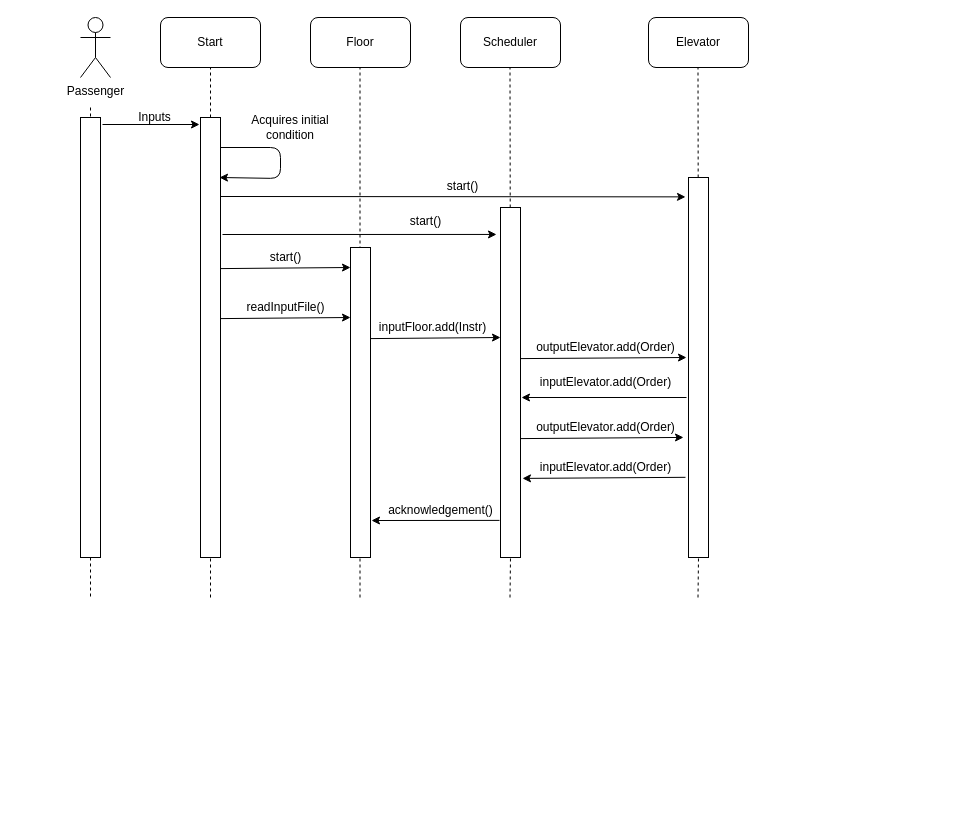
This is Diagrams/Sequence Diagram.drawio from JonasHurlen/SYSC3303_Project01, a draw.io file, before an edit. Source tidied: cells renumbered, new cells numbered last; positions are measured from the earlier drawing's top-left corner, leaving out a move shared by most shapes. Both pictures are drawn from the tidied source at 100%, with x=0, y=0 at pixel (80, 17).
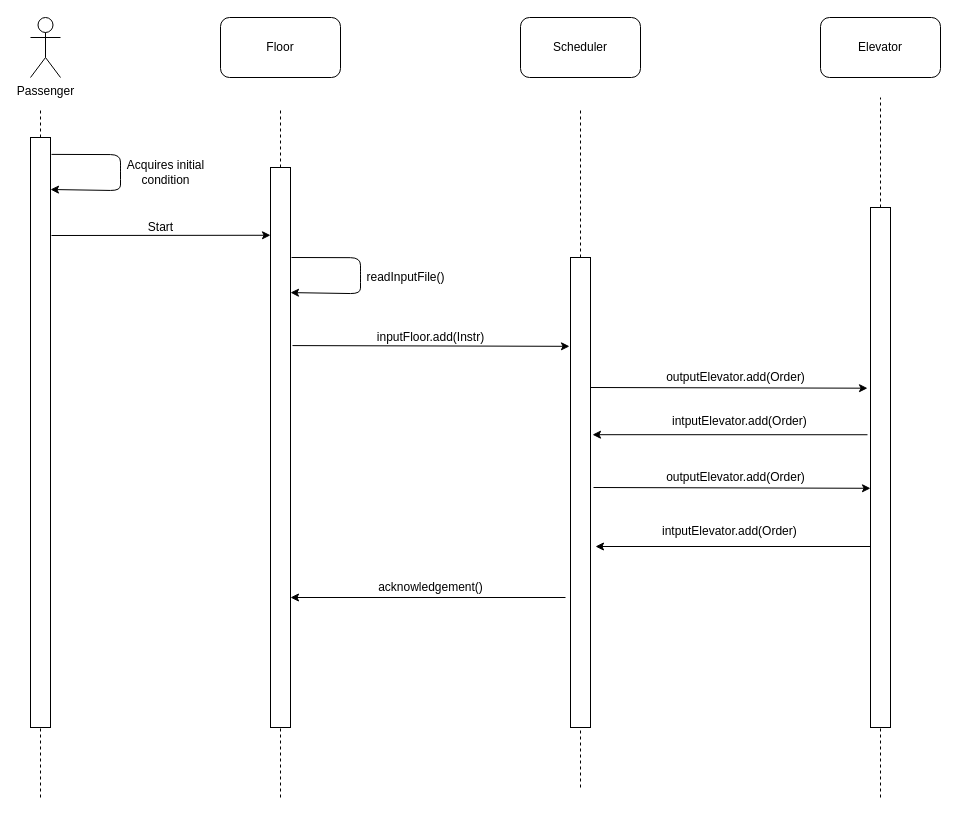
The same diagram, later.

The edit, as a diff of the source:
```diff
@@
-    <mxCell id="2" value="Start" style="rounded=1;whiteSpace=wrap;html=1;" parent="1" vertex="1">
-      <mxGeometry x="80" width="100" height="50" as="geometry" />
-    </mxCell>
+    <mxCell id="10" value="Passenger" style="shape=umlActor;verticalLabelPosition=bottom;labelBackgroundColor=#ffffff;verticalAlign=top;html=1;" parent="1" vertex="1">
+      <mxGeometry x="-50" width="30" height="60" as="geometry" />
+    </mxCell>
     <mxCell id="3" value="Floor" style="rounded=1;whiteSpace=wrap;html=1;" parent="1" vertex="1">
-      <mxGeometry x="230" width="100" height="50" as="geometry" />
+      <mxGeometry x="140" width="120" height="60" as="geometry" />
     </mxCell>
     <mxCell id="4" value="Scheduler" style="rounded=1;whiteSpace=wrap;html=1;" parent="1" vertex="1">
-      <mxGeometry x="380" width="100" height="50" as="geometry" />
+      <mxGeometry x="440" width="120" height="60" as="geometry" />
     </mxCell>
     <mxCell id="5" value="Elevator" style="rounded=1;whiteSpace=wrap;html=1;" parent="1" vertex="1">
-      <mxGeometry x="568" width="100" height="50" as="geometry" />
+      <mxGeometry x="740" width="120" height="60" as="geometry" />
     </mxCell>
-    <mxCell id="6" style="endArrow=none;dashed=1;html=1;entryX=0.5;entryY=1;entryDx=0;entryDy=0;" parent="1" edge="1" source="14" target="2">
-      <mxGeometry relative="1" as="geometry" />
-    </mxCell>
-    <mxCell id="7" style="endArrow=none;dashed=1;html=1;entryX=0.5;entryY=1;entryDx=0;entryDy=0;" parent="1" edge="1">
-      <mxGeometry relative="1" as="geometry">
-        <mxPoint x="279.5" y="580" as="sourcePoint" />
-        <mxPoint x="279.5" y="50" as="targetPoint" />
-      </mxGeometry>
-    </mxCell>
-    <mxCell id="8" style="endArrow=none;dashed=1;html=1;entryX=0.5;entryY=1;entryDx=0;entryDy=0;" parent="1" edge="1" source="19">
-      <mxGeometry relative="1" as="geometry">
-        <mxPoint x="429.5" y="50" as="targetPoint" />
-      </mxGeometry>
-    </mxCell>
-    <mxCell id="9" style="endArrow=none;dashed=1;html=1;entryX=0.5;entryY=1;entryDx=0;entryDy=0;" parent="1" edge="1" source="38">
-      <mxGeometry relative="1" as="geometry">
-        <mxPoint x="617.5" y="50" as="targetPoint" />
-      </mxGeometry>
-    </mxCell>
-    <mxCell id="10" value="Passenger" style="shape=umlActor;verticalLabelPosition=bottom;labelBackgroundColor=#ffffff;verticalAlign=top;html=1;" parent="1" vertex="1">
-      <mxGeometry width="30" height="60" as="geometry" />
-    </mxCell>
-    <mxCell id="11" style="endArrow=none;dashed=1;html=1;" parent="1" edge="1" source="12">
-      <mxGeometry relative="1" as="geometry">
-        <mxPoint x="10" y="580" as="targetPoint" />
-      </mxGeometry>
-    </mxCell>
-    <mxCell id="12" style="rounded=0;whiteSpace=wrap;html=1;" parent="1" vertex="1">
-      <mxGeometry y="100" width="20" height="440" as="geometry" />
-    </mxCell>
-    <mxCell id="13" style="endArrow=none;dashed=1;html=1;" parent="1" edge="1" target="12">
-      <mxGeometry relative="1" as="geometry">
-        <mxPoint x="10" y="90" as="sourcePoint" />
-      </mxGeometry>
-    </mxCell>
-    <mxCell id="14" style="rounded=0;whiteSpace=wrap;html=1;" parent="1" vertex="1">
-      <mxGeometry x="120" y="100" width="20" height="440" as="geometry" />
-    </mxCell>
-    <mxCell id="15" style="endArrow=none;dashed=1;html=1;entryX=0.5;entryY=1;entryDx=0;entryDy=0;" parent="1" edge="1" target="14">
-      <mxGeometry relative="1" as="geometry">
-        <mxPoint x="130" y="580" as="sourcePoint" />
-      </mxGeometry>
-    </mxCell>
-    <mxCell id="16" style="endArrow=classic;html=1;" parent="1" edge="1">
-      <mxGeometry relative="1" as="geometry">
-        <mxPoint x="140" y="130" as="sourcePoint" />
-        <mxPoint x="139" y="160" as="targetPoint" />
-        <Array as="points">
-          <mxPoint x="200" y="130" />
-          <mxPoint x="200" y="161" />
-        </Array>
-      </mxGeometry>
-    </mxCell>
-    <mxCell id="17" style="endArrow=none;dashed=1;html=1;entryX=0.5;entryY=1;entryDx=0;entryDy=0;" parent="1" edge="1" target="38">
-      <mxGeometry relative="1" as="geometry">
-        <mxPoint x="617.5" y="580" as="sourcePoint" />
-      </mxGeometry>
-    </mxCell>
-    <mxCell id="18" style="endArrow=classic;html=1;entryX=-0.15;entryY=0.051;entryDx=0;entryDy=0;entryPerimeter=0;" parent="1" edge="1" target="38">
-      <mxGeometry relative="1" as="geometry">
-        <mxPoint x="140" y="179" as="sourcePoint" />
-      </mxGeometry>
-    </mxCell>
-    <mxCell id="19" style="rounded=0;whiteSpace=wrap;html=1;" parent="1" vertex="1">
-      <mxGeometry x="420" y="190" width="20" height="350" as="geometry" />
-    </mxCell>
-    <mxCell id="20" style="endArrow=none;dashed=1;html=1;entryX=0.5;entryY=1;entryDx=0;entryDy=0;" parent="1" edge="1" target="19">
-      <mxGeometry relative="1" as="geometry">
-        <mxPoint x="429.5" y="580" as="sourcePoint" />
-      </mxGeometry>
-    </mxCell>
+    <mxCell id="45" style="endArrow=none;dashed=1;html=1;" parent="1" edge="1" source="53">
+      <mxGeometry relative="1" as="geometry">
+        <mxPoint x="-40" y="90" as="targetPoint" />
+      </mxGeometry>
+    </mxCell>
+    <mxCell id="46" style="endArrow=none;dashed=1;html=1;" parent="1" edge="1" source="49">
+      <mxGeometry relative="1" as="geometry">
+        <mxPoint x="200" y="90" as="targetPoint" />
+      </mxGeometry>
+    </mxCell>
+    <mxCell id="47" style="endArrow=none;dashed=1;html=1;" parent="1" edge="1" source="56">
+      <mxGeometry relative="1" as="geometry">
+        <mxPoint x="500" y="90" as="targetPoint" />
+      </mxGeometry>
+    </mxCell>
+    <mxCell id="48" style="endArrow=none;dashed=1;html=1;" parent="1" edge="1" source="51">
+      <mxGeometry relative="1" as="geometry">
+        <mxPoint x="800" y="80" as="targetPoint" />
+      </mxGeometry>
+    </mxCell>
+    <mxCell id="49" style="rounded=0;whiteSpace=wrap;html=1;" parent="1" vertex="1">
+      <mxGeometry x="190" y="150" width="20" height="560" as="geometry" />
+    </mxCell>
+    <mxCell id="50" style="endArrow=none;dashed=1;html=1;" parent="1" edge="1" target="49">
+      <mxGeometry relative="1" as="geometry">
+        <mxPoint x="200" y="780" as="sourcePoint" />
+      </mxGeometry>
+    </mxCell>
+    <mxCell id="51" style="rounded=0;whiteSpace=wrap;html=1;" parent="1" vertex="1">
+      <mxGeometry x="790" y="190" width="20" height="520" as="geometry" />
+    </mxCell>
+    <mxCell id="52" style="endArrow=none;dashed=1;html=1;" parent="1" edge="1" target="51">
+      <mxGeometry relative="1" as="geometry">
+        <mxPoint x="800" y="780" as="sourcePoint" />
+      </mxGeometry>
+    </mxCell>
+    <mxCell id="53" style="rounded=0;whiteSpace=wrap;html=1;" parent="1" vertex="1">
+      <mxGeometry x="-50" y="120" width="20" height="590" as="geometry" />
+    </mxCell>
+    <mxCell id="54" style="endArrow=none;dashed=1;html=1;" parent="1" edge="1" target="53">
+      <mxGeometry relative="1" as="geometry">
+        <mxPoint x="-40" y="780" as="sourcePoint" />
+      </mxGeometry>
+    </mxCell>
+    <mxCell id="55" style="endArrow=classic;html=1;exitX=1.05;exitY=0.025;exitDx=0;exitDy=0;exitPerimeter=0;" parent="1" edge="1">
+      <mxGeometry relative="1" as="geometry">
+        <mxPoint x="-29" y="136.9" as="sourcePoint" />
+        <mxPoint x="-30" y="172" as="targetPoint" />
+        <Array as="points">
+          <mxPoint x="40" y="137.1" />
+          <mxPoint x="40" y="152.1" />
+          <mxPoint x="40" y="173.1" />
+        </Array>
+      </mxGeometry>
+    </mxCell>
+    <mxCell id="56" style="rounded=0;whiteSpace=wrap;html=1;" parent="1" vertex="1">
+      <mxGeometry x="490" y="240" width="20" height="470" as="geometry" />
+    </mxCell>
+    <mxCell id="57" style="endArrow=none;dashed=1;html=1;" parent="1" edge="1" target="56">
+      <mxGeometry relative="1" as="geometry">
+        <mxPoint x="500" y="770" as="sourcePoint" />
+      </mxGeometry>
+    </mxCell>
+    <mxCell id="30" value="readInputFile()" style="text;html=1;align=center;verticalAlign=middle;" parent="1" vertex="1">
+      <mxGeometry x="280" y="250" width="90" height="20" as="geometry" />
+    </mxCell>
+    <mxCell id="40" value="inputFloor.add(Instr)" style="text;html=1;align=center;verticalAlign=middle;" parent="1" vertex="1">
+      <mxGeometry x="290" y="310" width="120" height="20" as="geometry" />
+    </mxCell>
+    <mxCell id="58" value="outputElevator.add(Order)" style="text;html=1;align=center;verticalAlign=middle;" parent="1" vertex="1">
+      <mxGeometry x="580" y="350" width="150" height="20" as="geometry" />
+    </mxCell>
+    <mxCell id="59" value="intputElevator.add(Order)" style="text;html=1;" parent="1" vertex="1">
+      <mxGeometry x="590" y="390" width="160" height="30" as="geometry" />
+    </mxCell>
+    <mxCell id="60" value="outputElevator.add(Order)" style="text;html=1;align=center;verticalAlign=middle;" parent="1" vertex="1">
+      <mxGeometry x="580" y="450" width="150" height="20" as="geometry" />
+    </mxCell>
+    <mxCell id="61" value="intputElevator.add(Order)" style="text;html=1;" parent="1" vertex="1">
+      <mxGeometry x="580" y="500" width="160" height="30" as="geometry" />
+    </mxCell>
+    <mxCell id="39" value="acknowledgement()" style="text;html=1;align=center;verticalAlign=middle;" parent="1" vertex="1">
+      <mxGeometry x="290" y="560" width="120" height="20" as="geometry" />
+    </mxCell>
-    <mxCell id="21" value="Acquires initial condition" style="text;html=1;strokeColor=none;fillColor=none;align=center;verticalAlign=middle;whiteSpace=wrap;rounded=0;" parent="1" vertex="1">
-      <mxGeometry x="170" y="100" width="80" height="20" as="geometry" />
+    <mxCell id="21" value="Acquires initial &lt;br&gt;condition" style="text;html=1;align=center;verticalAlign=middle;" parent="1" vertex="1">
+      <mxGeometry x="40" y="140" width="90" height="30" as="geometry" />
     </mxCell>
-    <mxCell id="22" style="endArrow=classic;html=1;" parent="1" edge="1">
-      <mxGeometry relative="1" as="geometry">
-        <mxPoint x="22" y="107" as="sourcePoint" />
-        <mxPoint x="119" y="107" as="targetPoint" />
-      </mxGeometry>
-    </mxCell>
-    <mxCell id="23" value="Inputs" style="text;html=1;align=center;verticalAlign=middle;" parent="1" vertex="1">
-      <mxGeometry x="49" y="90" width="50" height="20" as="geometry" />
-    </mxCell>
-    <mxCell id="24" style="endArrow=classic;html=1;entryX=-0.2;entryY=0.077;entryDx=0;entryDy=0;entryPerimeter=0;" parent="1" edge="1" target="19">
-      <mxGeometry relative="1" as="geometry">
-        <mxPoint x="142" y="217" as="sourcePoint" />
-      </mxGeometry>
-    </mxCell>
-    <mxCell id="25" value="start()" style="text;html=1;align=center;verticalAlign=middle;" parent="1" vertex="1">
-      <mxGeometry x="357" y="159" width="50" height="20" as="geometry" />
-    </mxCell>
-    <mxCell id="26" value="start()" style="text;html=1;align=center;verticalAlign=middle;" parent="1" vertex="1">
-      <mxGeometry x="320" y="194" width="50" height="20" as="geometry" />
-    </mxCell>
-    <mxCell id="27" style="rounded=0;whiteSpace=wrap;html=1;" parent="1" vertex="1">
-      <mxGeometry x="270" y="230" width="20" height="310" as="geometry" />
-    </mxCell>
-    <mxCell id="28" style="endArrow=classic;html=1;exitX=1.1;exitY=0.281;exitDx=0;exitDy=0;exitPerimeter=0;" parent="1" edge="1">
-      <mxGeometry relative="1" as="geometry">
-        <mxPoint x="140" y="251.1" as="sourcePoint" />
-        <mxPoint x="270" y="250" as="targetPoint" />
-      </mxGeometry>
-    </mxCell>
-    <mxCell id="29" value="start()" style="text;html=1;align=center;verticalAlign=middle;" parent="1" vertex="1">
-      <mxGeometry x="180" y="230" width="50" height="20" as="geometry" />
-    </mxCell>
-    <mxCell id="30" value="readInputFile()" style="text;html=1;align=center;verticalAlign=middle;" parent="1" vertex="1">
-      <mxGeometry x="160" y="280" width="90" height="20" as="geometry" />
-    </mxCell>
-    <mxCell id="31" style="endArrow=classic;html=1;exitX=1.1;exitY=0.281;exitDx=0;exitDy=0;exitPerimeter=0;" parent="1" edge="1">
-      <mxGeometry relative="1" as="geometry">
-        <mxPoint x="140" y="301.1" as="sourcePoint" />
-        <mxPoint x="270" y="300" as="targetPoint" />
-      </mxGeometry>
-    </mxCell>
-    <mxCell id="32" style="endArrow=classic;html=1;exitX=1.1;exitY=0.281;exitDx=0;exitDy=0;exitPerimeter=0;" parent="1" edge="1">
-      <mxGeometry relative="1" as="geometry">
-        <mxPoint x="290" y="321.1" as="sourcePoint" />
-        <mxPoint x="420" y="320" as="targetPoint" />
-      </mxGeometry>
-    </mxCell>
-    <mxCell id="33" style="endArrow=classic;html=1;exitX=1.1;exitY=0.281;exitDx=0;exitDy=0;exitPerimeter=0;" parent="1" edge="1">
-      <mxGeometry relative="1" as="geometry">
-        <mxPoint x="440" y="341.1" as="sourcePoint" />
-        <mxPoint x="606" y="340" as="targetPoint" />
-      </mxGeometry>
-    </mxCell>
-    <mxCell id="34" style="endArrow=classic;html=1;" parent="1" edge="1">
-      <mxGeometry relative="1" as="geometry">
-        <mxPoint x="606" y="380" as="sourcePoint" />
-        <mxPoint x="441" y="380" as="targetPoint" />
-      </mxGeometry>
-    </mxCell>
-    <mxCell id="35" style="endArrow=classic;html=1;exitX=-0.05;exitY=0.894;exitDx=0;exitDy=0;exitPerimeter=0;" parent="1" edge="1" source="19">
-      <mxGeometry relative="1" as="geometry">
-        <mxPoint x="291" y="503" as="targetPoint" />
-      </mxGeometry>
-    </mxCell>
-    <mxCell id="36" style="endArrow=classic;html=1;exitX=1.1;exitY=0.281;exitDx=0;exitDy=0;exitPerimeter=0;entryX=-0.25;entryY=0.684;entryDx=0;entryDy=0;entryPerimeter=0;" parent="1" edge="1" target="38">
-      <mxGeometry relative="1" as="geometry">
-        <mxPoint x="440" y="421.1" as="sourcePoint" />
-      </mxGeometry>
-    </mxCell>
-    <mxCell id="37" style="endArrow=classic;html=1;entryX=1.1;entryY=0.774;entryDx=0;entryDy=0;entryPerimeter=0;exitX=-0.15;exitY=0.789;exitDx=0;exitDy=0;exitPerimeter=0;" parent="1" edge="1" source="38" target="19">
-      <mxGeometry relative="1" as="geometry" />
-    </mxCell>
-    <mxCell id="38" style="rounded=0;whiteSpace=wrap;html=1;" parent="1" vertex="1">
-      <mxGeometry x="608" y="160" width="20" height="380" as="geometry" />
-    </mxCell>
-    <mxCell id="39" value="&amp;nbsp;&lt;br&gt;acknowledgement()" style="text;html=1;align=center;verticalAlign=middle;" parent="1" vertex="1">
-      <mxGeometry x="300" y="470" width="120" height="30" as="geometry" />
-    </mxCell>
-    <mxCell id="40" value="inputFloor.add(Instr)" style="text;html=1;align=center;verticalAlign=middle;" parent="1" vertex="1">
-      <mxGeometry x="292" y="300" width="120" height="20" as="geometry" />
-    </mxCell>
-    <mxCell id="41" value="outputElevator.add(Order)" style="text;html=1;align=center;verticalAlign=middle;" parent="1" vertex="1">
-      <mxGeometry x="450" y="320" width="150" height="20" as="geometry" />
-    </mxCell>
-    <mxCell id="42" value="inputElevator.add(Order)" style="text;html=1;align=center;verticalAlign=middle;" parent="1" vertex="1">
-      <mxGeometry x="450" y="355" width="150" height="20" as="geometry" />
-    </mxCell>
-    <mxCell id="43" value="outputElevator.add(Order)" style="text;html=1;align=center;verticalAlign=middle;" parent="1" vertex="1">
-      <mxGeometry x="450" y="400" width="150" height="20" as="geometry" />
-    </mxCell>
-    <mxCell id="44" value="inputElevator.add(Order)" style="text;html=1;align=center;verticalAlign=middle;" parent="1" vertex="1">
-      <mxGeometry x="450" y="440" width="150" height="20" as="geometry" />
-    </mxCell>
+    <mxCell id="62" style="endArrow=classic;html=1;entryX=0;entryY=0.121;entryDx=0;entryDy=0;entryPerimeter=0;" parent="1" edge="1" target="49">
+      <mxGeometry relative="1" as="geometry">
+        <mxPoint x="-29" y="218" as="sourcePoint" />
+      </mxGeometry>
+    </mxCell>
+    <mxCell id="2" value="Start" style="text;html=1;align=center;verticalAlign=middle;points=[];" parent="1" vertex="1">
+      <mxGeometry x="60" y="200" width="40" height="20" as="geometry" />
+    </mxCell>
+    <mxCell id="63" style="endArrow=classic;html=1;exitX=1.05;exitY=0.025;exitDx=0;exitDy=0;exitPerimeter=0;" parent="1" edge="1">
+      <mxGeometry relative="1" as="geometry">
+        <mxPoint x="211" y="240" as="sourcePoint" />
+        <mxPoint x="210" y="275.1" as="targetPoint" />
+        <Array as="points">
+          <mxPoint x="280" y="240.2" />
+          <mxPoint x="280" y="255.2" />
+          <mxPoint x="280" y="276.2" />
+        </Array>
+      </mxGeometry>
+    </mxCell>
+    <mxCell id="64" style="endArrow=classic;html=1;exitX=1.1;exitY=0.318;exitDx=0;exitDy=0;exitPerimeter=0;entryX=-0.05;entryY=0.189;entryDx=0;entryDy=0;entryPerimeter=0;" parent="1" edge="1" source="49" target="56">
+      <mxGeometry relative="1" as="geometry" />
+    </mxCell>
+    <mxCell id="65" style="endArrow=classic;html=1;exitX=1.1;exitY=0.318;exitDx=0;exitDy=0;exitPerimeter=0;entryX=-0.05;entryY=0.189;entryDx=0;entryDy=0;entryPerimeter=0;" parent="1" edge="1">
+      <mxGeometry relative="1" as="geometry">
+        <mxPoint x="510" y="370" as="sourcePoint" />
+        <mxPoint x="787" y="370.7" as="targetPoint" />
+      </mxGeometry>
+    </mxCell>
+    <mxCell id="66" style="endArrow=classic;html=1;exitX=-0.15;exitY=0.437;exitDx=0;exitDy=0;exitPerimeter=0;entryX=1.1;entryY=0.377;entryDx=0;entryDy=0;entryPerimeter=0;" parent="1" edge="1" source="51" target="56">
+      <mxGeometry relative="1" as="geometry" />
+    </mxCell>
+    <mxCell id="67" style="endArrow=classic;html=1;exitX=1.1;exitY=0.318;exitDx=0;exitDy=0;exitPerimeter=0;entryX=-0.05;entryY=0.189;entryDx=0;entryDy=0;entryPerimeter=0;" parent="1" edge="1">
+      <mxGeometry relative="1" as="geometry">
+        <mxPoint x="513" y="470" as="sourcePoint" />
+        <mxPoint x="790" y="470.8" as="targetPoint" />
+      </mxGeometry>
+    </mxCell>
+    <mxCell id="68" style="endArrow=classic;html=1;exitX=-0.15;exitY=0.437;exitDx=0;exitDy=0;exitPerimeter=0;entryX=1.1;entryY=0.377;entryDx=0;entryDy=0;entryPerimeter=0;" parent="1" edge="1">
+      <mxGeometry relative="1" as="geometry">
+        <mxPoint x="790" y="529" as="sourcePoint" />
+        <mxPoint x="515" y="529" as="targetPoint" />
+      </mxGeometry>
+    </mxCell>
+    <mxCell id="69" style="endArrow=classic;html=1;exitX=-0.15;exitY=0.437;exitDx=0;exitDy=0;exitPerimeter=0;entryX=1.1;entryY=0.377;entryDx=0;entryDy=0;entryPerimeter=0;" parent="1" edge="1">
+      <mxGeometry relative="1" as="geometry">
+        <mxPoint x="485" y="580" as="sourcePoint" />
+        <mxPoint x="210" y="580" as="targetPoint" />
+      </mxGeometry>
+    </mxCell>
```
